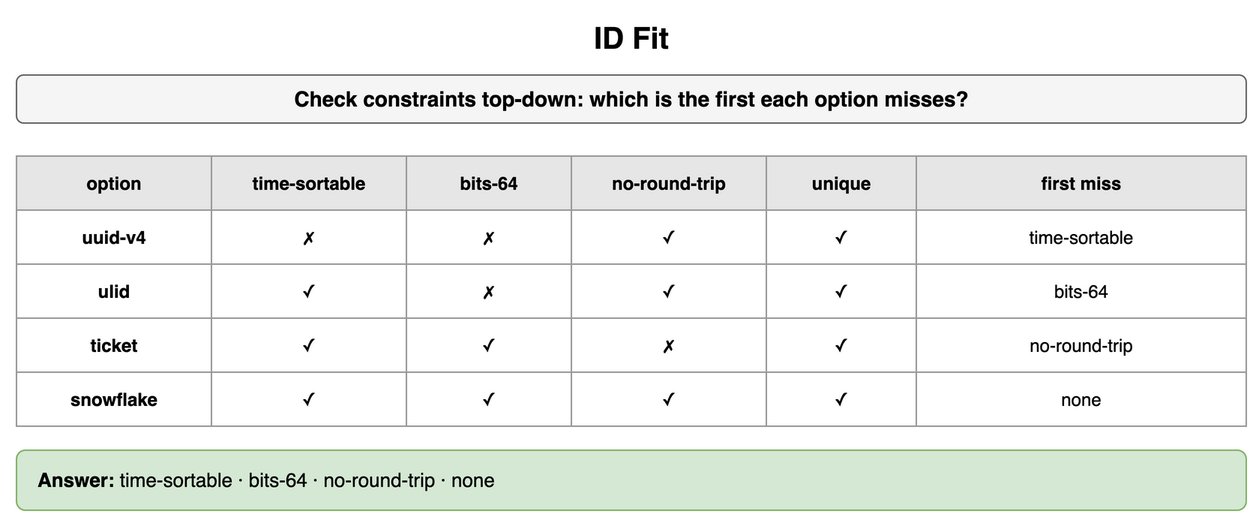
Before: content/09_System_Design_Interview/19_Unique_ID_Generation/diagrams/unique-id-drills-1-id-fit.png, a diagram exported from draw.io (amendez13/swe-study-guide). Source tidied: cells renumbered, new cells last; positions are measured from the earlier drawing's top-left corner, leaving out a move shared by most shapes.
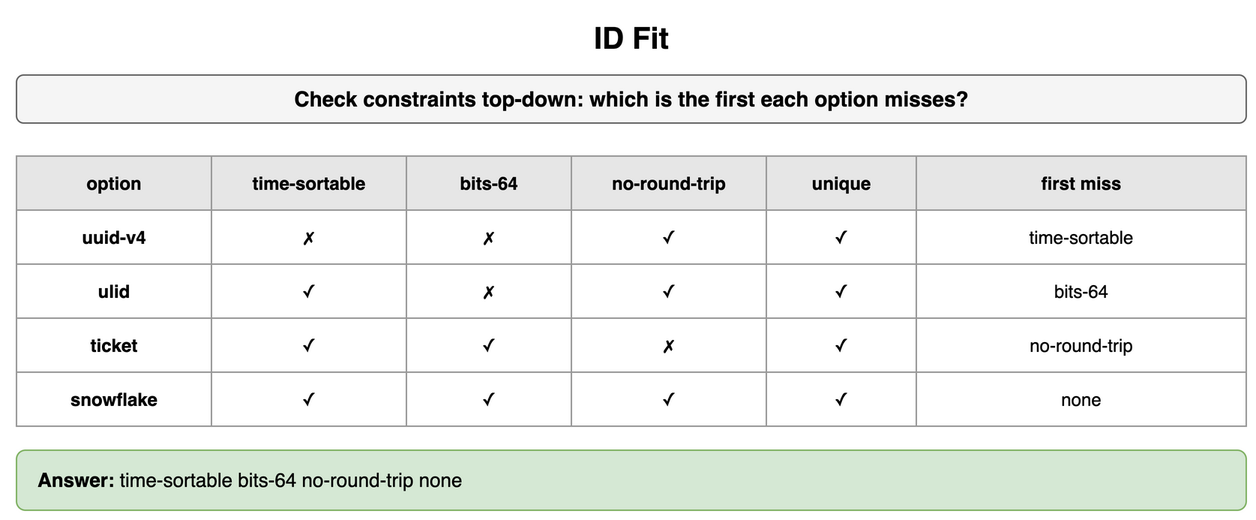
Later version of the same file.

Diff of the diagram source:
```diff
@@ -98,7 +98,7 @@
     <mxCell id="33" value="none" style="whiteSpace=wrap;html=1;strokeColor=#999999;fontSize=12;fillColor=#ffffff;" parent="1" vertex="1">
       <mxGeometry x="600" y="238" width="220" height="36" as="geometry" />
     </mxCell>
-    <mxCell id="34" value="&lt;b&gt;Answer:&lt;/b&gt; time-sortable · bits-64 · no-round-trip · none" style="rounded=1;whiteSpace=wrap;html=1;fillColor=#d5e8d4;strokeColor=#82b366;fontSize=13;align=left;spacingLeft=12;" parent="1" vertex="1">
+    <mxCell id="34" value="&lt;b&gt;Answer:&lt;/b&gt; time-sortable bits-64 no-round-trip none" style="rounded=1;whiteSpace=wrap;html=1;fillColor=#d5e8d4;strokeColor=#82b366;fontSize=13;align=left;spacingLeft=12;" parent="1" vertex="1">
       <mxGeometry y="290" width="820" height="40" as="geometry" />
     </mxCell>
   </root>
```
